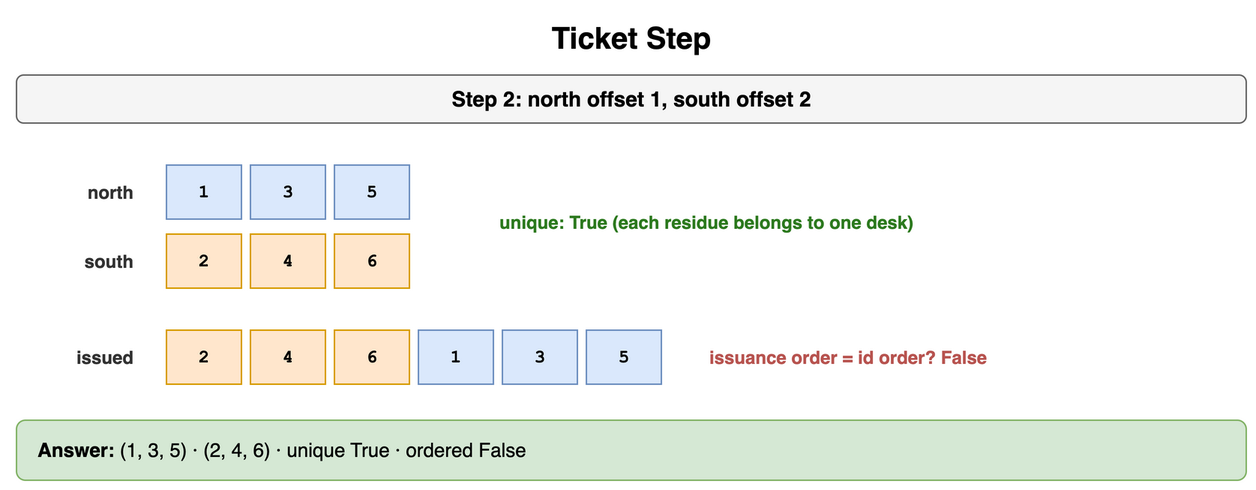
The draw.io diagram content/09_System_Design_Interview/19_Unique_ID_Generation/diagrams/unique-id-drills-5-ticket-step.png in amendez13/swe-study-guide, before a commit. Source tidied: cells renumbered, new cells last; positions are measured from the earlier drawing's top-left corner, leaving out a move shared by most shapes. The source it was exported from:
```xml
<mxGraphModel>
  <root>
    <mxCell id="0" />
    <mxCell id="1" parent="0" />
    <mxCell id="2" value="Ticket Step" style="text;html=1;align=center;verticalAlign=middle;whiteSpace=wrap;fontSize=20;fontStyle=1;" parent="1" vertex="1">
      <mxGeometry width="820" height="30" as="geometry" />
    </mxCell>
    <mxCell id="3" value="Step 2: north offset 1, south offset 2" style="rounded=1;whiteSpace=wrap;html=1;fillColor=#f5f5f5;strokeColor=#666666;fontStyle=1;fontSize=14;" parent="1" vertex="1">
      <mxGeometry y="40" width="820" height="32" as="geometry" />
    </mxCell>
    <mxCell id="4" value="north" style="text;html=1;whiteSpace=wrap;fontSize=11;align=right;verticalAlign=middle;fontSize=12;fontColor=#333333;fontStyle=1;" parent="1" vertex="1">
      <mxGeometry y="100" width="80" height="36" as="geometry" />
    </mxCell>
    <mxCell id="5" value="1" style="rounded=0;whiteSpace=wrap;html=1;fontFamily=Courier New;fontStyle=1;fontSize=13;fillColor=#dae8fc;strokeColor=#6c8ebf;fontSize=12;" parent="1" vertex="1">
      <mxGeometry x="100" y="100" width="50" height="36" as="geometry" />
    </mxCell>
    <mxCell id="6" value="3" style="rounded=0;whiteSpace=wrap;html=1;fontFamily=Courier New;fontStyle=1;fontSize=13;fillColor=#dae8fc;strokeColor=#6c8ebf;fontSize=12;" parent="1" vertex="1">
      <mxGeometry x="156" y="100" width="50" height="36" as="geometry" />
    </mxCell>
    <mxCell id="7" value="5" style="rounded=0;whiteSpace=wrap;html=1;fontFamily=Courier New;fontStyle=1;fontSize=13;fillColor=#dae8fc;strokeColor=#6c8ebf;fontSize=12;" parent="1" vertex="1">
      <mxGeometry x="212" y="100" width="50" height="36" as="geometry" />
    </mxCell>
    <mxCell id="8" value="south" style="text;html=1;whiteSpace=wrap;fontSize=11;align=right;verticalAlign=middle;fontSize=12;fontColor=#333333;fontStyle=1;" parent="1" vertex="1">
      <mxGeometry y="146" width="80" height="36" as="geometry" />
    </mxCell>
    <mxCell id="9" value="2" style="rounded=0;whiteSpace=wrap;html=1;fontFamily=Courier New;fontStyle=1;fontSize=13;fillColor=#ffe6cc;strokeColor=#d79b00;fontSize=12;" parent="1" vertex="1">
      <mxGeometry x="100" y="146" width="50" height="36" as="geometry" />
    </mxCell>
    <mxCell id="10" value="4" style="rounded=0;whiteSpace=wrap;html=1;fontFamily=Courier New;fontStyle=1;fontSize=13;fillColor=#ffe6cc;strokeColor=#d79b00;fontSize=12;" parent="1" vertex="1">
      <mxGeometry x="156" y="146" width="50" height="36" as="geometry" />
    </mxCell>
    <mxCell id="11" value="6" style="rounded=0;whiteSpace=wrap;html=1;fontFamily=Courier New;fontStyle=1;fontSize=13;fillColor=#ffe6cc;strokeColor=#d79b00;fontSize=12;" parent="1" vertex="1">
      <mxGeometry x="212" y="146" width="50" height="36" as="geometry" />
    </mxCell>
    <mxCell id="12" value="unique: True (each residue belongs to one desk)" style="text;html=1;whiteSpace=wrap;fontSize=11;align=left;verticalAlign=middle;fontSize=12;fontColor=#2d7a1f;fontStyle=1;" parent="1" vertex="1">
      <mxGeometry x="320" y="120" width="500" height="36" as="geometry" />
    </mxCell>
    <mxCell id="13" value="issued" style="text;html=1;whiteSpace=wrap;fontSize=11;align=right;verticalAlign=middle;fontSize=12;fontColor=#333333;fontStyle=1;" parent="1" vertex="1">
      <mxGeometry y="210" width="80" height="36" as="geometry" />
    </mxCell>
    <mxCell id="14" value="2" style="rounded=0;whiteSpace=wrap;html=1;fontFamily=Courier New;fontStyle=1;fontSize=13;fillColor=#ffe6cc;strokeColor=#d79b00;fontSize=12;" parent="1" vertex="1">
      <mxGeometry x="100" y="210" width="50" height="36" as="geometry" />
    </mxCell>
    <mxCell id="15" value="4" style="rounded=0;whiteSpace=wrap;html=1;fontFamily=Courier New;fontStyle=1;fontSize=13;fillColor=#ffe6cc;strokeColor=#d79b00;fontSize=12;" parent="1" vertex="1">
      <mxGeometry x="156" y="210" width="50" height="36" as="geometry" />
    </mxCell>
    <mxCell id="16" value="6" style="rounded=0;whiteSpace=wrap;html=1;fontFamily=Courier New;fontStyle=1;fontSize=13;fillColor=#ffe6cc;strokeColor=#d79b00;fontSize=12;" parent="1" vertex="1">
      <mxGeometry x="212" y="210" width="50" height="36" as="geometry" />
    </mxCell>
    <mxCell id="17" value="1" style="rounded=0;whiteSpace=wrap;html=1;fontFamily=Courier New;fontStyle=1;fontSize=13;fillColor=#dae8fc;strokeColor=#6c8ebf;fontSize=12;" parent="1" vertex="1">
      <mxGeometry x="268" y="210" width="50" height="36" as="geometry" />
    </mxCell>
    <mxCell id="18" value="3" style="rounded=0;whiteSpace=wrap;html=1;fontFamily=Courier New;fontStyle=1;fontSize=13;fillColor=#dae8fc;strokeColor=#6c8ebf;fontSize=12;" parent="1" vertex="1">
      <mxGeometry x="324" y="210" width="50" height="36" as="geometry" />
    </mxCell>
    <mxCell id="19" value="5" style="rounded=0;whiteSpace=wrap;html=1;fontFamily=Courier New;fontStyle=1;fontSize=13;fillColor=#dae8fc;strokeColor=#6c8ebf;fontSize=12;" parent="1" vertex="1">
      <mxGeometry x="380" y="210" width="50" height="36" as="geometry" />
    </mxCell>
    <mxCell id="20" value="issuance order = id order? False" style="text;html=1;whiteSpace=wrap;fontSize=11;align=left;verticalAlign=middle;fontSize=12;fontColor=#b85450;fontStyle=1;" parent="1" vertex="1">
      <mxGeometry x="460" y="210" width="360" height="36" as="geometry" />
    </mxCell>
    <mxCell id="21" value="&lt;b&gt;Answer:&lt;/b&gt; (1, 3, 5) · (2, 4, 6) · unique True · ordered False" style="rounded=1;whiteSpace=wrap;html=1;fillColor=#d5e8d4;strokeColor=#82b366;fontSize=13;align=left;spacingLeft=12;" parent="1" vertex="1">
      <mxGeometry y="270" width="820" height="40" as="geometry" />
    </mxCell>
  </root>
</mxGraphModel>
```
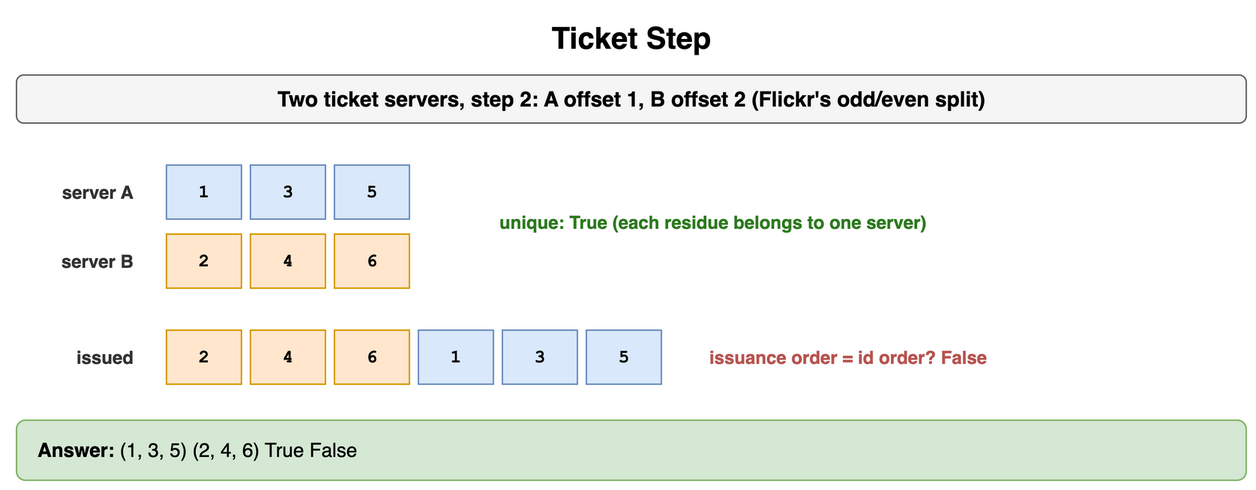
Above is the later version.

Change to the diagram source:
```diff
@@ -5,10 +5,10 @@
     <mxCell id="2" value="Ticket Step" style="text;html=1;align=center;verticalAlign=middle;whiteSpace=wrap;fontSize=20;fontStyle=1;" parent="1" vertex="1">
       <mxGeometry width="820" height="30" as="geometry" />
     </mxCell>
-    <mxCell id="3" value="Step 2: north offset 1, south offset 2" style="rounded=1;whiteSpace=wrap;html=1;fillColor=#f5f5f5;strokeColor=#666666;fontStyle=1;fontSize=14;" parent="1" vertex="1">
+    <mxCell id="3" value="Two ticket servers, step 2: A offset 1, B offset 2 (Flickr's odd/even split)" style="rounded=1;whiteSpace=wrap;html=1;fillColor=#f5f5f5;strokeColor=#666666;fontStyle=1;fontSize=14;" parent="1" vertex="1">
       <mxGeometry y="40" width="820" height="32" as="geometry" />
     </mxCell>
-    <mxCell id="4" value="north" style="text;html=1;whiteSpace=wrap;fontSize=11;align=right;verticalAlign=middle;fontSize=12;fontColor=#333333;fontStyle=1;" parent="1" vertex="1">
+    <mxCell id="4" value="server A" style="text;html=1;whiteSpace=wrap;fontSize=11;align=right;verticalAlign=middle;fontSize=12;fontColor=#333333;fontStyle=1;" parent="1" vertex="1">
       <mxGeometry y="100" width="80" height="36" as="geometry" />
     </mxCell>
     <mxCell id="5" value="1" style="rounded=0;whiteSpace=wrap;html=1;fontFamily=Courier New;fontStyle=1;fontSize=13;fillColor=#dae8fc;strokeColor=#6c8ebf;fontSize=12;" parent="1" vertex="1">
@@ -20,7 +20,7 @@
     <mxCell id="7" value="5" style="rounded=0;whiteSpace=wrap;html=1;fontFamily=Courier New;fontStyle=1;fontSize=13;fillColor=#dae8fc;strokeColor=#6c8ebf;fontSize=12;" parent="1" vertex="1">
       <mxGeometry x="212" y="100" width="50" height="36" as="geometry" />
     </mxCell>
-    <mxCell id="8" value="south" style="text;html=1;whiteSpace=wrap;fontSize=11;align=right;verticalAlign=middle;fontSize=12;fontColor=#333333;fontStyle=1;" parent="1" vertex="1">
+    <mxCell id="8" value="server B" style="text;html=1;whiteSpace=wrap;fontSize=11;align=right;verticalAlign=middle;fontSize=12;fontColor=#333333;fontStyle=1;" parent="1" vertex="1">
       <mxGeometry y="146" width="80" height="36" as="geometry" />
     </mxCell>
     <mxCell id="9" value="2" style="rounded=0;whiteSpace=wrap;html=1;fontFamily=Courier New;fontStyle=1;fontSize=13;fillColor=#ffe6cc;strokeColor=#d79b00;fontSize=12;" parent="1" vertex="1">
@@ -32,7 +32,7 @@
     <mxCell id="11" value="6" style="rounded=0;whiteSpace=wrap;html=1;fontFamily=Courier New;fontStyle=1;fontSize=13;fillColor=#ffe6cc;strokeColor=#d79b00;fontSize=12;" parent="1" vertex="1">
       <mxGeometry x="212" y="146" width="50" height="36" as="geometry" />
     </mxCell>
-    <mxCell id="12" value="unique: True (each residue belongs to one desk)" style="text;html=1;whiteSpace=wrap;fontSize=11;align=left;verticalAlign=middle;fontSize=12;fontColor=#2d7a1f;fontStyle=1;" parent="1" vertex="1">
+    <mxCell id="12" value="unique: True (each residue belongs to one server)" style="text;html=1;whiteSpace=wrap;fontSize=11;align=left;verticalAlign=middle;fontSize=12;fontColor=#2d7a1f;fontStyle=1;" parent="1" vertex="1">
       <mxGeometry x="320" y="120" width="500" height="36" as="geometry" />
     </mxCell>
     <mxCell id="13" value="issued" style="text;html=1;whiteSpace=wrap;fontSize=11;align=right;verticalAlign=middle;fontSize=12;fontColor=#333333;fontStyle=1;" parent="1" vertex="1">
@@ -59,7 +59,7 @@
     <mxCell id="20" value="issuance order = id order? False" style="text;html=1;whiteSpace=wrap;fontSize=11;align=left;verticalAlign=middle;fontSize=12;fontColor=#b85450;fontStyle=1;" parent="1" vertex="1">
       <mxGeometry x="460" y="210" width="360" height="36" as="geometry" />
     </mxCell>
-    <mxCell id="21" value="&lt;b&gt;Answer:&lt;/b&gt; (1, 3, 5) · (2, 4, 6) · unique True · ordered False" style="rounded=1;whiteSpace=wrap;html=1;fillColor=#d5e8d4;strokeColor=#82b366;fontSize=13;align=left;spacingLeft=12;" parent="1" vertex="1">
+    <mxCell id="21" value="&lt;b&gt;Answer:&lt;/b&gt; (1, 3, 5) (2, 4, 6) True False" style="rounded=1;whiteSpace=wrap;html=1;fillColor=#d5e8d4;strokeColor=#82b366;fontSize=13;align=left;spacingLeft=12;" parent="1" vertex="1">
       <mxGeometry y="270" width="820" height="40" as="geometry" />
     </mxCell>
   </root>
```
